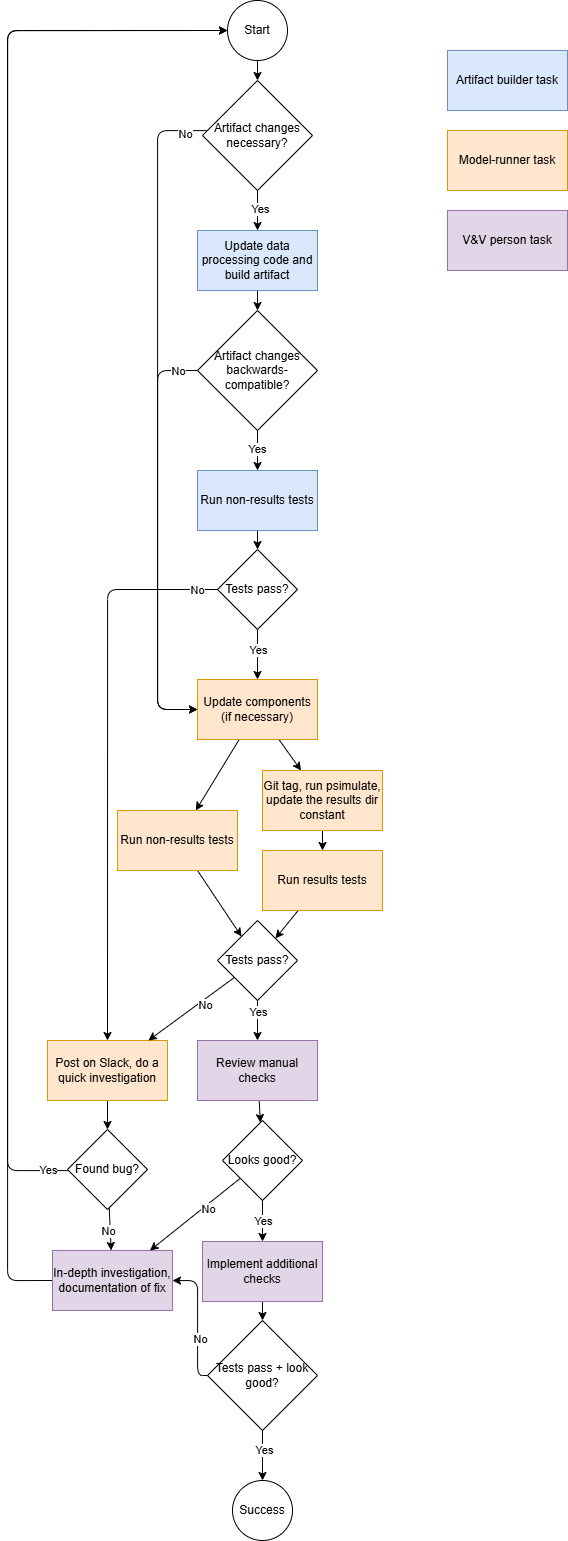
This is vv_process.drawio.png from ihmeuw/vivarium_gates_mncnh, a draw.io export, as it was before one commit. Source tidied: cells renumbered, new cells last; positions are measured from the earlier drawing's top-left corner, leaving out a move shared by most shapes. Source of this version:
```xml
<mxGraphModel>
  <root>
    <mxCell id="0" />
    <mxCell id="1" parent="0" />
    <mxCell id="2" value="Start" style="ellipse;whiteSpace=wrap;html=1;" parent="1" vertex="1">
      <mxGeometry x="220" width="60" height="60" as="geometry" />
    </mxCell>
    <mxCell id="3" style="edgeStyle=none;html=1;" parent="1" edge="1" target="8">
      <mxGeometry relative="1" as="geometry">
        <mxPoint x="250" y="60" as="sourcePoint" />
      </mxGeometry>
    </mxCell>
    <mxCell id="4" style="edgeStyle=none;html=1;" parent="1" edge="1" source="8" target="10">
      <mxGeometry relative="1" as="geometry" />
    </mxCell>
    <mxCell id="5" value="Yes" style="edgeLabel;html=1;align=center;verticalAlign=middle;" parent="4" vertex="1">
      <mxGeometry x="-0.44" y="-4" relative="1" as="geometry">
        <mxPoint x="6" y="7" as="offset" />
      </mxGeometry>
    </mxCell>
    <mxCell id="6" style="edgeStyle=orthogonalEdgeStyle;html=1;" parent="1" edge="1" source="8" target="34">
      <mxGeometry relative="1" as="geometry">
        <Array as="points">
          <mxPoint x="150" y="130" />
          <mxPoint x="150" y="709" />
        </Array>
      </mxGeometry>
    </mxCell>
    <mxCell id="7" value="No" style="edgeLabel;html=1;align=center;verticalAlign=middle;" parent="6" vertex="1">
      <mxGeometry x="0.36" y="-3" relative="1" as="geometry">
        <mxPoint x="30" y="-404" as="offset" />
      </mxGeometry>
    </mxCell>
    <mxCell id="8" value="Artifact changes necessary?" style="rhombus;whiteSpace=wrap;html=1;" parent="1" vertex="1">
      <mxGeometry x="195" y="80" width="110" height="110" as="geometry" />
    </mxCell>
    <mxCell id="9" style="edgeStyle=none;html=1;" parent="1" edge="1" source="10" target="15">
      <mxGeometry relative="1" as="geometry" />
    </mxCell>
    <mxCell id="10" value="Update data processing code and build artifact" style="shape=parallelogram;perimeter=parallelogramPerimeter;whiteSpace=wrap;html=1;fixedSize=1;size=-20;fillColor=#dae8fc;strokeColor=#6c8ebf;" parent="1" vertex="1">
      <mxGeometry x="190" y="230" width="120" height="60" as="geometry" />
    </mxCell>
    <mxCell id="11" style="edgeStyle=none;html=1;" parent="1" edge="1" source="15" target="17">
      <mxGeometry relative="1" as="geometry" />
    </mxCell>
    <mxCell id="12" value="Yes" style="edgeLabel;html=1;align=center;verticalAlign=middle;" parent="11" vertex="1">
      <mxGeometry x="-0.13" y="-1" relative="1" as="geometry" />
    </mxCell>
    <mxCell id="13" style="edgeStyle=orthogonalEdgeStyle;html=1;exitX=0;exitY=0.5;exitDx=0;exitDy=0;" parent="1" edge="1" source="15" target="34">
      <mxGeometry relative="1" as="geometry">
        <Array as="points">
          <mxPoint x="150" y="370" />
          <mxPoint x="150" y="709" />
        </Array>
      </mxGeometry>
    </mxCell>
    <mxCell id="14" value="No" style="edgeLabel;html=1;align=center;verticalAlign=middle;" parent="13" vertex="1">
      <mxGeometry x="0.38" y="-4" relative="1" as="geometry">
        <mxPoint x="24" y="-249" as="offset" />
      </mxGeometry>
    </mxCell>
    <mxCell id="15" value="Artifact changes backwards-compatible?" style="rhombus;whiteSpace=wrap;html=1;" parent="1" vertex="1">
      <mxGeometry x="190" y="310" width="120" height="120" as="geometry" />
    </mxCell>
    <mxCell id="16" style="edgeStyle=none;html=1;" parent="1" edge="1" source="17" target="22">
      <mxGeometry relative="1" as="geometry" />
    </mxCell>
    <mxCell id="17" value="Run non-results tests" style="shape=parallelogram;perimeter=parallelogramPerimeter;whiteSpace=wrap;html=1;fixedSize=1;size=-20;fillColor=#dae8fc;strokeColor=#6c8ebf;" parent="1" vertex="1">
      <mxGeometry x="190" y="470" width="120" height="60" as="geometry" />
    </mxCell>
    <mxCell id="18" style="edgeStyle=orthogonalEdgeStyle;html=1;exitX=1;exitY=0.5;exitDx=0;exitDy=0;entryX=0.5;entryY=0;entryDx=0;entryDy=0;" parent="1" edge="1" source="22" target="24">
      <mxGeometry relative="1" as="geometry">
        <Array as="points">
          <mxPoint x="100" y="589" />
        </Array>
      </mxGeometry>
    </mxCell>
    <mxCell id="19" value="No" style="edgeLabel;html=1;align=center;verticalAlign=middle;" parent="18" vertex="1">
      <mxGeometry x="-0.61" relative="1" as="geometry">
        <mxPoint x="26" as="offset" />
      </mxGeometry>
    </mxCell>
    <mxCell id="20" style="edgeStyle=none;html=1;" parent="1" edge="1" source="22" target="34">
      <mxGeometry relative="1" as="geometry" />
    </mxCell>
    <mxCell id="21" value="Yes" style="edgeLabel;html=1;align=center;verticalAlign=middle;" parent="20" vertex="1">
      <mxGeometry x="-0.28" y="6" relative="1" as="geometry">
        <mxPoint x="-6" y="2" as="offset" />
      </mxGeometry>
    </mxCell>
    <mxCell id="22" value="Tests pass?" style="rhombus;whiteSpace=wrap;html=1;" parent="1" vertex="1">
      <mxGeometry x="210" y="549" width="80" height="80" as="geometry" />
    </mxCell>
    <mxCell id="23" style="edgeStyle=none;html=1;" parent="1" edge="1" source="24" target="29">
      <mxGeometry relative="1" as="geometry" />
    </mxCell>
    <mxCell id="24" value="Post on Slack, do a quick investigation" style="shape=parallelogram;perimeter=parallelogramPerimeter;whiteSpace=wrap;html=1;fixedSize=1;size=-20;fillColor=#ffe6cc;strokeColor=#d79b00;" parent="1" vertex="1">
      <mxGeometry x="40" y="1040" width="120" height="60" as="geometry" />
    </mxCell>
    <mxCell id="25" style="edgeStyle=orthogonalEdgeStyle;html=1;entryX=0;entryY=0.5;entryDx=0;entryDy=0;" parent="1" edge="1" source="29" target="2">
      <mxGeometry relative="1" as="geometry">
        <Array as="points">
          <mxPoint y="1170" />
          <mxPoint y="30" />
        </Array>
      </mxGeometry>
    </mxCell>
    <mxCell id="26" value="Yes" style="edgeLabel;html=1;align=center;verticalAlign=middle;" parent="25" vertex="1">
      <mxGeometry x="-0.2" relative="1" as="geometry">
        <mxPoint x="40" y="507" as="offset" />
      </mxGeometry>
    </mxCell>
    <mxCell id="27" style="edgeStyle=none;html=1;" parent="1" edge="1" source="29" target="31">
      <mxGeometry relative="1" as="geometry" />
    </mxCell>
    <mxCell id="28" value="No" style="edgeLabel;html=1;align=center;verticalAlign=middle;" parent="27" vertex="1">
      <mxGeometry x="0.36" y="-1" relative="1" as="geometry">
        <mxPoint x="-2" y="-6" as="offset" />
      </mxGeometry>
    </mxCell>
    <mxCell id="29" value="Found bug?" style="rhombus;whiteSpace=wrap;html=1;" parent="1" vertex="1">
      <mxGeometry x="60" y="1129" width="80" height="80" as="geometry" />
    </mxCell>
    <mxCell id="30" style="edgeStyle=orthogonalEdgeStyle;html=1;exitX=0;exitY=0.5;exitDx=0;exitDy=0;entryX=0;entryY=0.5;entryDx=0;entryDy=0;" parent="1" edge="1" source="31" target="2">
      <mxGeometry relative="1" as="geometry">
        <Array as="points">
          <mxPoint y="1280" />
          <mxPoint y="30" />
        </Array>
      </mxGeometry>
    </mxCell>
    <mxCell id="31" value="In-depth investigation, documentation of fix" style="shape=parallelogram;perimeter=parallelogramPerimeter;whiteSpace=wrap;html=1;fixedSize=1;size=-10;fillColor=#e1d5e7;strokeColor=#9673a6;" parent="1" vertex="1">
      <mxGeometry x="45" y="1250" width="120" height="60" as="geometry" />
    </mxCell>
    <mxCell id="32" style="edgeStyle=none;html=1;" parent="1" edge="1" source="34" target="57">
      <mxGeometry relative="1" as="geometry" />
    </mxCell>
    <mxCell id="33" style="edgeStyle=none;html=1;" parent="1" edge="1" source="34" target="59">
      <mxGeometry relative="1" as="geometry" />
    </mxCell>
    <mxCell id="34" value="Update components (if necessary)" style="shape=parallelogram;perimeter=parallelogramPerimeter;whiteSpace=wrap;html=1;fixedSize=1;size=-10;fillColor=#ffe6cc;strokeColor=#d79b00;" parent="1" vertex="1">
      <mxGeometry x="190" y="679" width="120" height="60" as="geometry" />
    </mxCell>
    <mxCell id="35" style="edgeStyle=none;html=1;" parent="1" edge="1" source="36" target="41">
      <mxGeometry relative="1" as="geometry" />
    </mxCell>
    <mxCell id="36" value="Run results tests" style="shape=parallelogram;perimeter=parallelogramPerimeter;whiteSpace=wrap;html=1;fixedSize=1;size=-40;fillColor=#ffe6cc;strokeColor=#d79b00;" parent="1" vertex="1">
      <mxGeometry x="255" y="850" width="120" height="60" as="geometry" />
    </mxCell>
    <mxCell id="37" style="edgeStyle=orthogonalEdgeStyle;html=1;entryX=0.5;entryY=0;entryDx=0;entryDy=0;" parent="1" edge="1" source="41" target="43">
      <mxGeometry relative="1" as="geometry" />
    </mxCell>
    <mxCell id="38" value="Yes" style="edgeLabel;html=1;align=center;verticalAlign=middle;" parent="37" vertex="1">
      <mxGeometry x="-0.48" relative="1" as="geometry" />
    </mxCell>
    <mxCell id="39" style="edgeStyle=none;html=1;" parent="1" edge="1" source="41" target="24">
      <mxGeometry relative="1" as="geometry" />
    </mxCell>
    <mxCell id="40" value="No" style="edgeLabel;html=1;align=center;verticalAlign=middle;" parent="39" vertex="1">
      <mxGeometry x="-0.24" y="4" relative="1" as="geometry" />
    </mxCell>
    <mxCell id="41" value="Tests pass?" style="rhombus;whiteSpace=wrap;html=1;" parent="1" vertex="1">
      <mxGeometry x="210" y="920" width="80" height="80" as="geometry" />
    </mxCell>
    <mxCell id="42" style="edgeStyle=none;html=1;" parent="1" edge="1" source="43" target="48">
      <mxGeometry relative="1" as="geometry" />
    </mxCell>
    <mxCell id="43" value="Review manual checks" style="shape=parallelogram;perimeter=parallelogramPerimeter;whiteSpace=wrap;html=1;fixedSize=1;size=-20;fillColor=#e1d5e7;strokeColor=#9673a6;" parent="1" vertex="1">
      <mxGeometry x="190" y="1040" width="120" height="60" as="geometry" />
    </mxCell>
    <mxCell id="44" style="edgeStyle=none;html=1;" parent="1" edge="1" source="48" target="50">
      <mxGeometry relative="1" as="geometry" />
    </mxCell>
    <mxCell id="45" value="Yes" style="edgeLabel;html=1;align=center;verticalAlign=middle;" parent="44" vertex="1">
      <mxGeometry x="0.08" y="-3" relative="1" as="geometry">
        <mxPoint x="3" y="-2" as="offset" />
      </mxGeometry>
    </mxCell>
    <mxCell id="46" style="html=1;" parent="1" edge="1" source="48" target="31">
      <mxGeometry relative="1" as="geometry" />
    </mxCell>
    <mxCell id="47" value="No" style="edgeLabel;html=1;align=center;verticalAlign=middle;" parent="46" vertex="1">
      <mxGeometry x="-0.21" y="4" relative="1" as="geometry">
        <mxPoint y="-1" as="offset" />
      </mxGeometry>
    </mxCell>
    <mxCell id="48" value="Looks good?" style="rhombus;whiteSpace=wrap;html=1;" parent="1" vertex="1">
      <mxGeometry x="215" y="1120" width="80" height="80" as="geometry" />
    </mxCell>
    <mxCell id="49" style="edgeStyle=none;html=1;" parent="1" edge="1" source="50" target="55">
      <mxGeometry relative="1" as="geometry" />
    </mxCell>
    <mxCell id="50" value="Implement additional checks" style="shape=parallelogram;perimeter=parallelogramPerimeter;whiteSpace=wrap;html=1;fixedSize=1;size=-10;fillColor=#e1d5e7;strokeColor=#9673a6;" parent="1" vertex="1">
      <mxGeometry x="195" y="1241" width="120" height="60" as="geometry" />
    </mxCell>
    <mxCell id="51" style="edgeStyle=orthogonalEdgeStyle;html=1;" parent="1" edge="1" source="55" target="31">
      <mxGeometry relative="1" as="geometry">
        <Array as="points">
          <mxPoint x="190" y="1375" />
          <mxPoint x="190" y="1280" />
        </Array>
      </mxGeometry>
    </mxCell>
    <mxCell id="52" value="No" style="edgeLabel;html=1;align=center;verticalAlign=middle;" parent="51" vertex="1">
      <mxGeometry x="-0.3" y="-2" relative="1" as="geometry">
        <mxPoint y="-1" as="offset" />
      </mxGeometry>
    </mxCell>
    <mxCell id="53" style="edgeStyle=none;html=1;" parent="1" edge="1" source="55">
      <mxGeometry relative="1" as="geometry">
        <mxPoint x="255" y="1480" as="targetPoint" />
      </mxGeometry>
    </mxCell>
    <mxCell id="54" value="Yes" style="edgeLabel;html=1;align=center;verticalAlign=middle;" parent="53" vertex="1">
      <mxGeometry x="-0.3" y="1" relative="1" as="geometry">
        <mxPoint y="1" as="offset" />
      </mxGeometry>
    </mxCell>
    <mxCell id="55" value="Tests pass + look good?" style="rhombus;whiteSpace=wrap;html=1;" parent="1" vertex="1">
      <mxGeometry x="200" y="1320" width="110" height="110" as="geometry" />
    </mxCell>
    <mxCell id="56" style="edgeStyle=none;html=1;" parent="1" edge="1" source="57" target="41">
      <mxGeometry relative="1" as="geometry" />
    </mxCell>
    <mxCell id="57" value="Run non-results tests" style="shape=parallelogram;perimeter=parallelogramPerimeter;whiteSpace=wrap;html=1;fixedSize=1;size=-30;fillColor=#ffe6cc;strokeColor=#d79b00;" parent="1" vertex="1">
      <mxGeometry x="110" y="810" width="120" height="60" as="geometry" />
    </mxCell>
    <mxCell id="58" style="edgeStyle=none;html=1;" parent="1" edge="1" source="59" target="36">
      <mxGeometry relative="1" as="geometry" />
    </mxCell>
    <mxCell id="59" value="Git tag, run psimulate, update the results dir constant" style="shape=parallelogram;perimeter=parallelogramPerimeter;whiteSpace=wrap;html=1;fixedSize=1;size=-20;fillColor=#ffe6cc;strokeColor=#d79b00;" parent="1" vertex="1">
      <mxGeometry x="255" y="770" width="120" height="60" as="geometry" />
    </mxCell>
    <mxCell id="60" value="Artifact builder task" style="shape=parallelogram;perimeter=parallelogramPerimeter;whiteSpace=wrap;html=1;fixedSize=1;size=-20;fillColor=#dae8fc;strokeColor=#6c8ebf;" parent="1" vertex="1">
      <mxGeometry x="440" y="50" width="120" height="60" as="geometry" />
    </mxCell>
    <mxCell id="61" value="Model-runner task" style="shape=parallelogram;perimeter=parallelogramPerimeter;whiteSpace=wrap;html=1;fixedSize=1;size=-10;fillColor=#ffe6cc;strokeColor=#d79b00;" parent="1" vertex="1">
      <mxGeometry x="440" y="130" width="120" height="60" as="geometry" />
    </mxCell>
    <mxCell id="62" value="Success" style="ellipse;whiteSpace=wrap;html=1;" parent="1" vertex="1">
      <mxGeometry x="225" y="1480" width="60" height="60" as="geometry" />
    </mxCell>
    <mxCell id="63" value="V&amp;amp;V person task" style="shape=parallelogram;perimeter=parallelogramPerimeter;whiteSpace=wrap;html=1;fixedSize=1;size=-10;fillColor=#e1d5e7;strokeColor=#9673a6;" parent="1" vertex="1">
      <mxGeometry x="440" y="210" width="120" height="60" as="geometry" />
    </mxCell>
  </root>
</mxGraphModel>
```
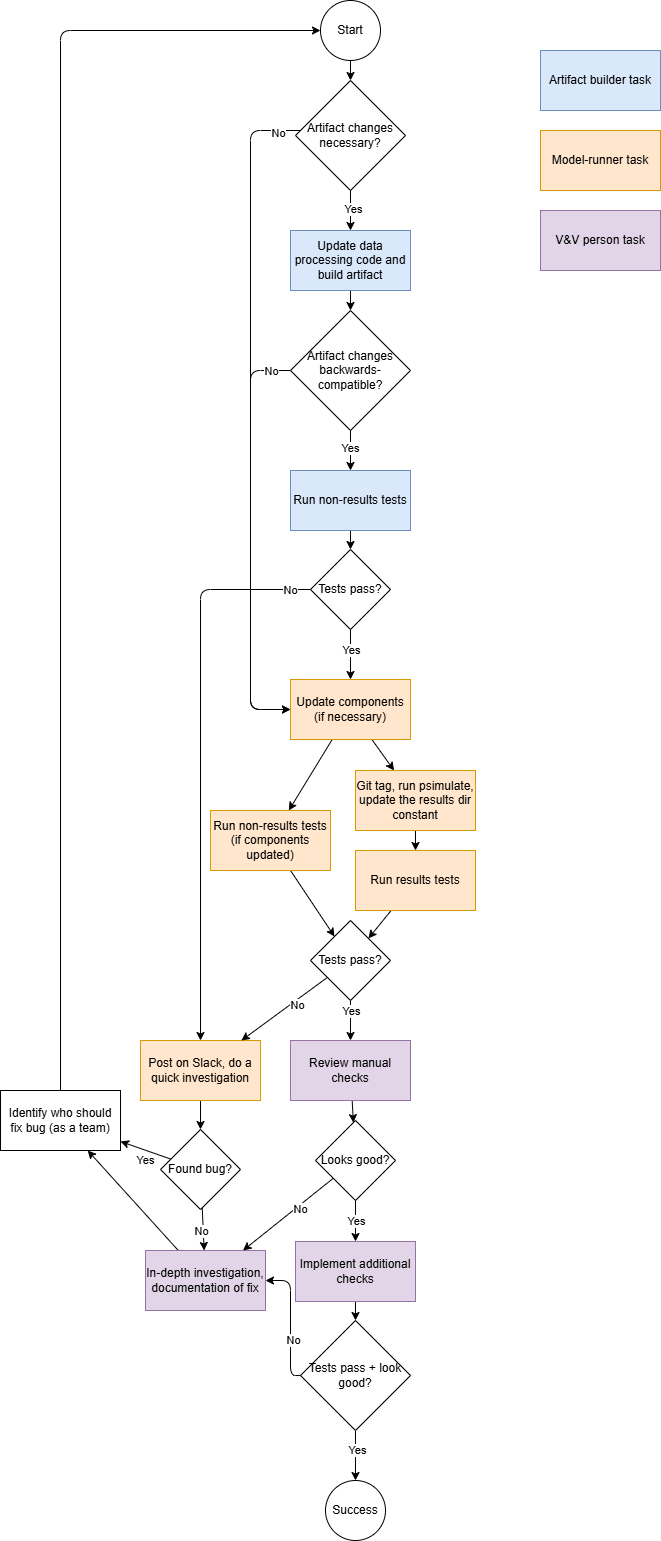
Above is the later version.

Commit message:
Slight tweaks

The edit, as a diff of the source:
```diff
@@ -97,19 +97,13 @@
     <mxCell id="24" value="Post on Slack, do a quick investigation" style="shape=parallelogram;perimeter=parallelogramPerimeter;whiteSpace=wrap;html=1;fixedSize=1;size=-20;fillColor=#ffe6cc;strokeColor=#d79b00;" parent="1" vertex="1">
       <mxGeometry x="40" y="1040" width="120" height="60" as="geometry" />
     </mxCell>
-    <mxCell id="25" style="edgeStyle=orthogonalEdgeStyle;html=1;entryX=0;entryY=0.5;entryDx=0;entryDy=0;" parent="1" edge="1" source="29" target="2">
+    <mxCell id="25" style="edgeStyle=orthogonalEdgeStyle;html=1;entryX=0;entryY=0.5;entryDx=0;entryDy=0;exitX=0.5;exitY=0;exitDx=0;exitDy=0;" parent="1" edge="1" source="66" target="2">
       <mxGeometry relative="1" as="geometry">
         <Array as="points">
-          <mxPoint y="1170" />
-          <mxPoint y="30" />
+          <mxPoint x="-40" y="30" />
         </Array>
       </mxGeometry>
     </mxCell>
-    <mxCell id="26" value="Yes" style="edgeLabel;html=1;align=center;verticalAlign=middle;" parent="25" vertex="1">
-      <mxGeometry x="-0.2" relative="1" as="geometry">
-        <mxPoint x="40" y="507" as="offset" />
-      </mxGeometry>
-    </mxCell>
     <mxCell id="27" style="edgeStyle=none;html=1;" parent="1" edge="1" source="29" target="31">
       <mxGeometry relative="1" as="geometry" />
     </mxCell>
@@ -118,17 +112,20 @@
         <mxPoint x="-2" y="-6" as="offset" />
       </mxGeometry>
     </mxCell>
+    <mxCell id="64" style="edgeStyle=none;html=1;" parent="1" edge="1" source="29" target="66">
+      <mxGeometry relative="1" as="geometry" />
+    </mxCell>
+    <mxCell id="26" value="Yes" style="edgeLabel;html=1;align=center;verticalAlign=middle;" parent="64" vertex="1">
+      <mxGeometry x="-0.48" y="4" relative="1" as="geometry">
+        <mxPoint x="-11" y="2" as="offset" />
+      </mxGeometry>
+    </mxCell>
     <mxCell id="29" value="Found bug?" style="rhombus;whiteSpace=wrap;html=1;" parent="1" vertex="1">
       <mxGeometry x="60" y="1129" width="80" height="80" as="geometry" />
     </mxCell>
-    <mxCell id="30" style="edgeStyle=orthogonalEdgeStyle;html=1;exitX=0;exitY=0.5;exitDx=0;exitDy=0;entryX=0;entryY=0.5;entryDx=0;entryDy=0;" parent="1" edge="1" source="31" target="2">
-      <mxGeometry relative="1" as="geometry">
-        <Array as="points">
-          <mxPoint y="1280" />
-          <mxPoint y="30" />
-        </Array>
-      </mxGeometry>
-    </mxCell>
+    <mxCell id="65" style="edgeStyle=none;html=1;" parent="1" edge="1" source="31" target="66">
+      <mxGeometry relative="1" as="geometry" />
+    </mxCell>
     <mxCell id="31" value="In-depth investigation, documentation of fix" style="shape=parallelogram;perimeter=parallelogramPerimeter;whiteSpace=wrap;html=1;fixedSize=1;size=-10;fillColor=#e1d5e7;strokeColor=#9673a6;" parent="1" vertex="1">
       <mxGeometry x="45" y="1250" width="120" height="60" as="geometry" />
     </mxCell>
@@ -222,7 +219,7 @@
     <mxCell id="56" style="edgeStyle=none;html=1;" parent="1" edge="1" source="57" target="41">
       <mxGeometry relative="1" as="geometry" />
     </mxCell>
-    <mxCell id="57" value="Run non-results tests" style="shape=parallelogram;perimeter=parallelogramPerimeter;whiteSpace=wrap;html=1;fixedSize=1;size=-30;fillColor=#ffe6cc;strokeColor=#d79b00;" parent="1" vertex="1">
+    <mxCell id="57" value="Run non-results tests (if components updated)" style="shape=parallelogram;perimeter=parallelogramPerimeter;whiteSpace=wrap;html=1;fixedSize=1;size=-30;fillColor=#ffe6cc;strokeColor=#d79b00;" parent="1" vertex="1">
       <mxGeometry x="110" y="810" width="120" height="60" as="geometry" />
     </mxCell>
     <mxCell id="58" style="edgeStyle=none;html=1;" parent="1" edge="1" source="59" target="36">
@@ -243,5 +240,8 @@
     <mxCell id="63" value="V&amp;amp;V person task" style="shape=parallelogram;perimeter=parallelogramPerimeter;whiteSpace=wrap;html=1;fixedSize=1;size=-10;fillColor=#e1d5e7;strokeColor=#9673a6;" parent="1" vertex="1">
       <mxGeometry x="440" y="210" width="120" height="60" as="geometry" />
     </mxCell>
+    <mxCell id="66" value="Identify who should fix bug (as a team)" style="shape=parallelogram;perimeter=parallelogramPerimeter;whiteSpace=wrap;html=1;fixedSize=1;size=-20;" parent="1" vertex="1">
+      <mxGeometry x="-100" y="1090" width="120" height="60" as="geometry" />
+    </mxCell>
   </root>
 </mxGraphModel>
```
